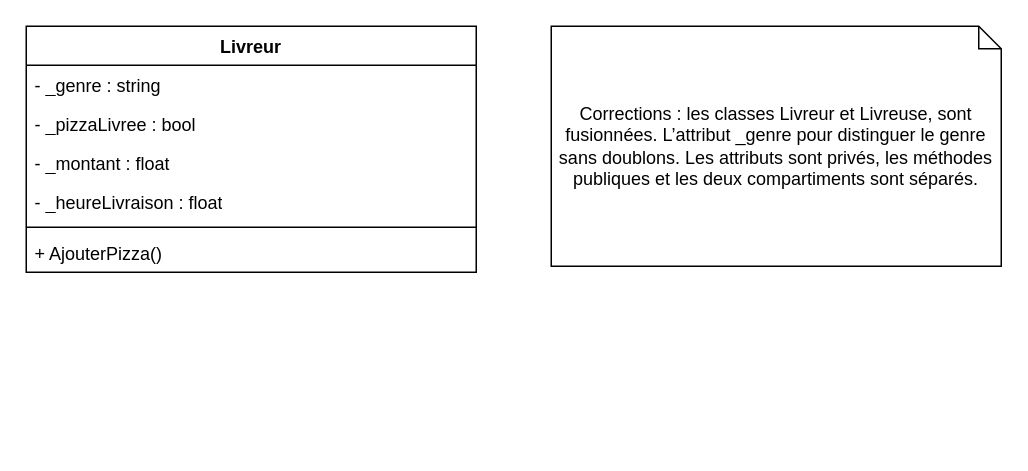
This is 6TTI_DPMAEL_POO/Exercice_2_Livreur.drawio from mgamsdve/6TTI_DayaniPoty_Mael-UAA14, a draw.io file, before an edit. Source tidied: cells renumbered, new cells numbered last; positions are measured from the earlier drawing's top-left corner, leaving out a move shared by most shapes. Both pictures are drawn from the tidied source at 150%, with x=0, y=0 at pixel (26, 26).
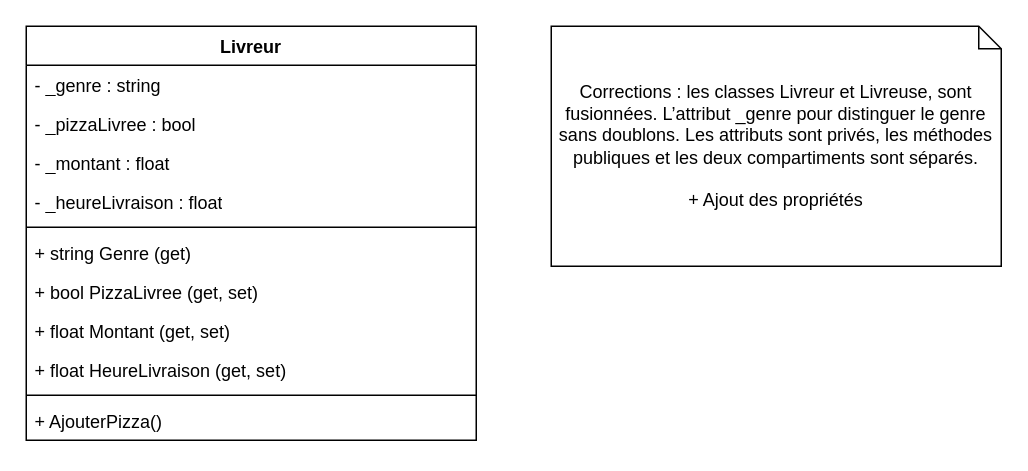
The same diagram, later.

The edit, as a diff of the source:
```diff
@@
 <mxGraphModel>
   <root>
     <mxCell id="0" />
     <mxCell id="1" parent="0" />
     <mxCell id="2" value="Livreur" style="swimlane;fontStyle=1;align=center;verticalAlign=top;horizontal=1;startSize=26;whiteSpace=wrap;html=1;" parent="1" vertex="1">
-      <mxGeometry width="300" height="164" as="geometry" />
+      <mxGeometry width="300" height="276" as="geometry" />
     </mxCell>
     <mxCell id="3" value="- _genre : string" style="text;strokeColor=none;fillColor=none;align=left;verticalAlign=top;spacingLeft=4;spacingRight=4;overflow=hidden;whiteSpace=wrap;html=1;" parent="2" vertex="1">
       <mxGeometry y="26" width="300" height="26" as="geometry" />
     </mxCell>
     <mxCell id="4" value="- _pizzaLivree : bool" style="text;strokeColor=none;fillColor=none;align=left;verticalAlign=top;spacingLeft=4;spacingRight=4;overflow=hidden;whiteSpace=wrap;html=1;" parent="2" vertex="1">
       <mxGeometry y="52" width="300" height="26" as="geometry" />
     </mxCell>
     <mxCell id="5" value="- _montant : float" style="text;strokeColor=none;fillColor=none;align=left;verticalAlign=top;spacingLeft=4;spacingRight=4;overflow=hidden;whiteSpace=wrap;html=1;" parent="2" vertex="1">
       <mxGeometry y="78" width="300" height="26" as="geometry" />
     </mxCell>
+    <mxCell id="10" value="- _heureLivraison : float" style="text;strokeColor=none;fillColor=none;align=left;verticalAlign=top;spacingLeft=4;spacingRight=4;overflow=hidden;whiteSpace=wrap;html=1;" parent="2" vertex="1">
+      <mxGeometry y="104" width="300" height="26" as="geometry" />
+    </mxCell>
+    <mxCell id="11" style="line;strokeWidth=1;fillColor=none;align=left;verticalAlign=middle;spacingTop=-1;spacingLeft=3;spacingRight=3;labelPosition=right;strokeColor=inherit;" parent="2" vertex="1">
+      <mxGeometry y="130" width="300" height="8" as="geometry" />
+    </mxCell>
+    <mxCell id="12" value="+ string Genre (get&lt;span style=&quot;background-color: transparent; color: light-dark(rgb(0, 0, 0), rgb(255, 255, 255));&quot;&gt;)&lt;/span&gt;" style="text;strokeColor=none;fillColor=none;align=left;verticalAlign=top;spacingLeft=4;spacingRight=4;overflow=hidden;whiteSpace=wrap;html=1;" parent="2" vertex="1">
+      <mxGeometry y="138" width="300" height="26" as="geometry" />
+    </mxCell>
+    <mxCell id="13" value="+ bool PizzaLivree (get, set)" style="text;strokeColor=none;fillColor=none;align=left;verticalAlign=top;spacingLeft=4;spacingRight=4;overflow=hidden;whiteSpace=wrap;html=1;" parent="2" vertex="1">
+      <mxGeometry y="164" width="300" height="26" as="geometry" />
+    </mxCell>
+    <mxCell id="14" value="+ float Montant (get, set)" style="text;strokeColor=none;fillColor=none;align=left;verticalAlign=top;spacingLeft=4;spacingRight=4;overflow=hidden;whiteSpace=wrap;html=1;" parent="2" vertex="1">
+      <mxGeometry y="190" width="300" height="26" as="geometry" />
+    </mxCell>
-    <mxCell id="6" value="- _heureLivraison : float" style="text;strokeColor=none;fillColor=none;align=left;verticalAlign=top;spacingLeft=4;spacingRight=4;overflow=hidden;whiteSpace=wrap;html=1;" parent="2" vertex="1">
-      <mxGeometry y="104" width="300" height="26" as="geometry" />
+    <mxCell id="6" value="+ float HeureLivraison (get, set)" style="text;strokeColor=none;fillColor=none;align=left;verticalAlign=top;spacingLeft=4;spacingRight=4;overflow=hidden;whiteSpace=wrap;html=1;" parent="2" vertex="1">
+      <mxGeometry y="216" width="300" height="26" as="geometry" />
     </mxCell>
     <mxCell id="7" style="line;strokeWidth=1;fillColor=none;align=left;verticalAlign=middle;spacingTop=-1;spacingLeft=3;spacingRight=3;labelPosition=right;strokeColor=inherit;" parent="2" vertex="1">
-      <mxGeometry y="130" width="300" height="8" as="geometry" />
+      <mxGeometry y="242" width="300" height="8" as="geometry" />
     </mxCell>
     <mxCell id="8" value="+ AjouterPizza()" style="text;strokeColor=none;fillColor=none;align=left;verticalAlign=top;spacingLeft=4;spacingRight=4;overflow=hidden;whiteSpace=wrap;html=1;" parent="2" vertex="1">
-      <mxGeometry y="138" width="300" height="26" as="geometry" />
+      <mxGeometry y="250" width="300" height="26" as="geometry" />
     </mxCell>
-    <mxCell id="9" value="Corrections : les classes Livreur et Livreuse, sont fusionnées. L’attribut _genre pour distinguer le genre sans doublons. Les attributs sont privés, les méthodes publiques et les deux compartiments sont séparés." style="shape=note;whiteSpace=wrap;html=1;size=15;" parent="1" vertex="1">
+    <mxCell id="9" value="Corrections : les classes Livreur et Livreuse, sont fusionnées. L’attribut _genre pour distinguer le genre sans doublons. Les attributs sont privés, les méthodes publiques et les deux compartiments sont séparés.&lt;div&gt;&lt;br&gt;&lt;/div&gt;&lt;div&gt;+ Ajout des propriétés&lt;/div&gt;" style="shape=note;whiteSpace=wrap;html=1;size=15;" parent="1" vertex="1">
       <mxGeometry x="350" width="300" height="160" as="geometry" />
     </mxCell>
   </root>
 </mxGraphModel>
```
